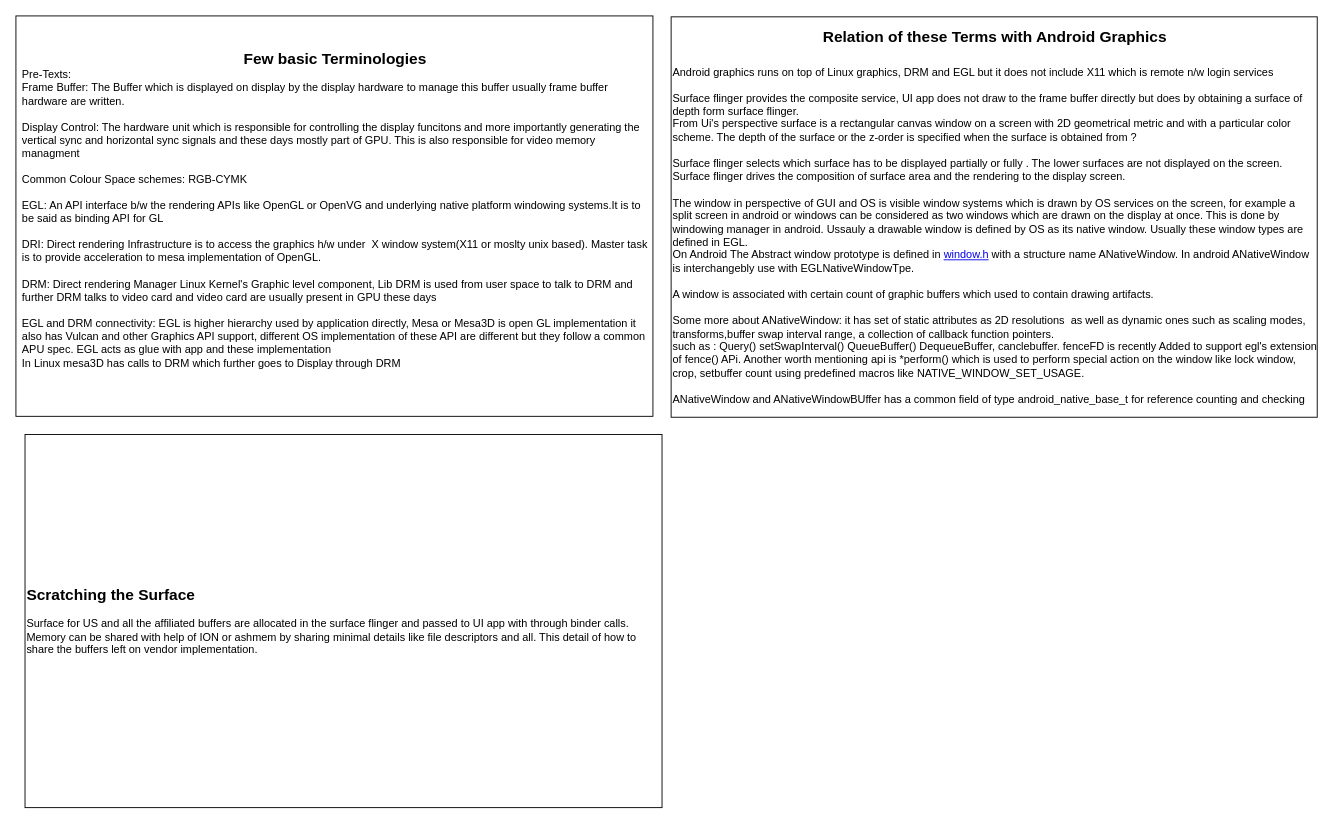
This is Untitled Diagram.drawio from wire-mistry/AOSP_Gaphics, a draw.io file, before an edit. Source tidied: cells renumbered, new cells numbered last; positions are measured from the earlier drawing's top-left corner, leaving out a move shared by most shapes. Both pictures are drawn from the tidied source at 91%, with x=0, y=0 at pixel (15, 15).
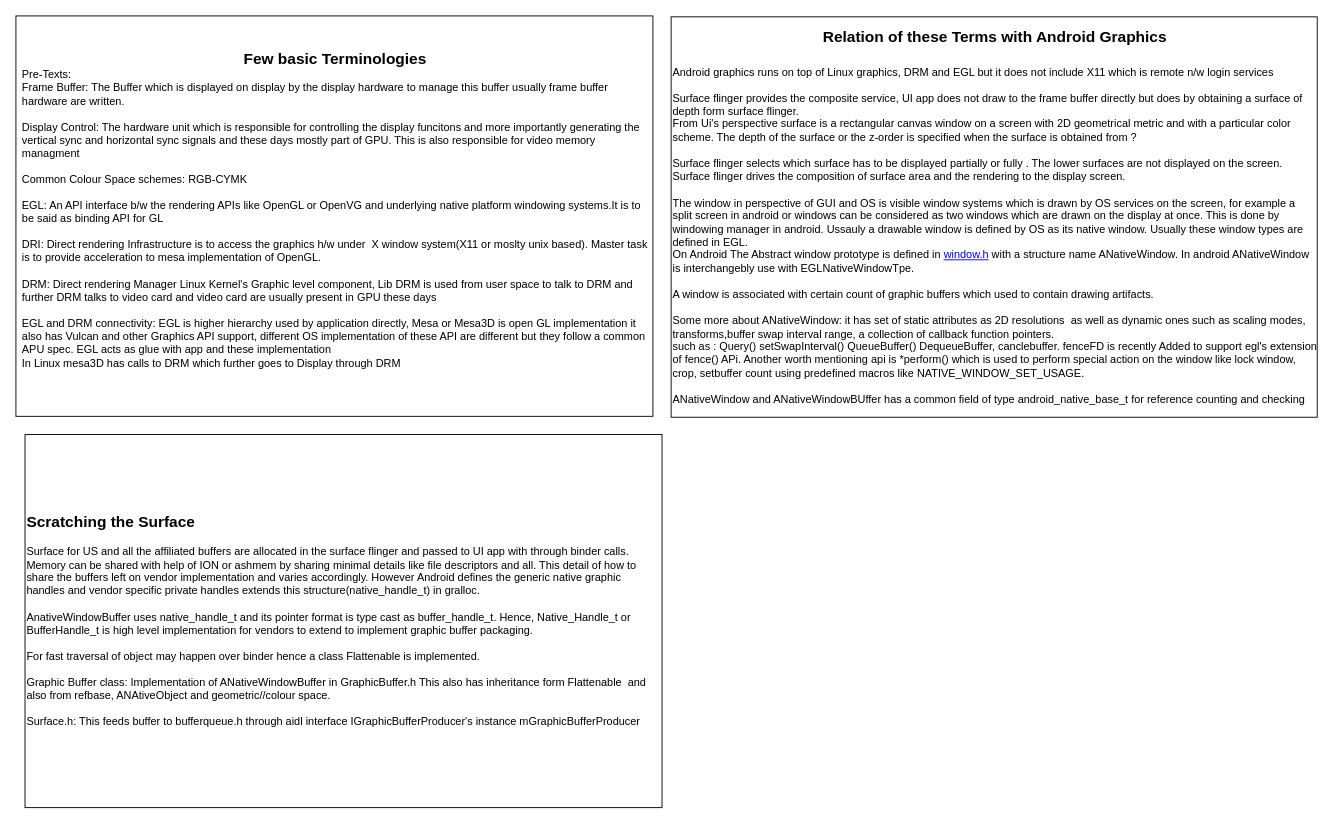
The same diagram, later.

Change to the diagram source:
```diff
@@
 <mxGraphModel>
   <root>
     <mxCell id="0" />
     <mxCell id="1" parent="0" />
     <mxCell id="2" value="&lt;div style=&quot;text-align: center&quot;&gt;&lt;font style=&quot;font-size: 17px&quot;&gt;&lt;b&gt;Few basic Terminologies&lt;/b&gt;&lt;/font&gt;&lt;/div&gt;Pre-Texts:&amp;nbsp;&lt;br&gt;Frame Buffer: The Buffer which is displayed on display by the display hardware to manage this buffer usually frame buffer hardware are written.&lt;br&gt;&lt;br&gt;Display Control: The hardware unit which is responsible for controlling the display funcitons and more importantly generating the vertical sync and horizontal sync signals and these days mostly part of GPU. This is also responsible for video memory managment&lt;br&gt;&lt;br&gt;Common Colour Space schemes: RGB-CYMK&lt;br&gt;&lt;br&gt;EGL: An API interface b/w the rendering APIs like OpenGL or OpenVG and underlying native platform windowing systems.It is to be said as binding API for GL&lt;br&gt;&lt;br&gt;DRI: Direct rendering Infrastructure&amp;nbsp;is to access the graphics h/w under&amp;nbsp; X window system(X11 or moslty unix based). Master task is to provide acceleration to mesa implementation of OpenGL.&lt;br&gt;&lt;br&gt;DRM: Direct rendering Manager Linux Kernel's Graphic level component, Lib DRM is used from user space to talk to DRM and further DRM talks to video card and video card are usually present in GPU these days&lt;br&gt;&lt;br&gt;EGL and DRM connectivity: EGL is higher hierarchy used by application directly, Mesa or Mesa3D is open GL implementation it also has Vulcan and other Graphics API support, different OS implementation of these API are different but they follow a common APU spec. EGL acts as glue with app and these implementation&lt;br&gt;In Linux mesa3D has calls to DRM which further goes to Display through DRM&lt;br&gt;&lt;br&gt;" style="text;html=1;strokeColor=#000000;fillColor=none;align=left;verticalAlign=middle;whiteSpace=wrap;rounded=0;strokeWidth=1;spacingLeft=5;spacingBottom=0;spacingRight=5;" parent="1" vertex="1">
       <mxGeometry width="700" height="440" as="geometry" />
     </mxCell>
-    <mxCell id="3" value="&lt;div&gt;&lt;span style=&quot;font-size: 17px&quot;&gt;&lt;b&gt;Scratching the Surface&lt;/b&gt;&lt;/span&gt;&lt;/div&gt;&lt;div&gt;&lt;br&gt;&lt;/div&gt;&lt;div&gt;Surface for US and all the affiliated buffers are allocated in the surface flinger and passed to UI app with through binder calls. Memory can be shared with help of ION or ashmem by sharing minimal details like file descriptors and all. This detail of how to share the buffers left on vendor implementation.&lt;/div&gt;" style="text;html=1;strokeColor=#000000;fillColor=none;align=left;verticalAlign=middle;whiteSpace=wrap;rounded=0;" parent="1" vertex="1">
+    <mxCell id="3" value="&lt;div&gt;&lt;span style=&quot;font-size: 17px&quot;&gt;&lt;b&gt;Scratching the Surface&lt;/b&gt;&lt;/span&gt;&lt;/div&gt;&lt;div&gt;&lt;br&gt;&lt;/div&gt;&lt;div&gt;Surface for US and all the affiliated buffers are allocated in the surface flinger and passed to UI app with through binder calls. Memory can be shared with help of ION or ashmem by sharing minimal details like file descriptors and all. This detail of how to share the buffers left on vendor implementation and varies accordingly. However Android defines the generic native graphic handles and vendor specific private handles extends this structure(native_handle_t) in gralloc.&lt;/div&gt;&lt;div&gt;&lt;br&gt;&lt;/div&gt;&lt;div&gt;AnativeWindowBuffer uses native_handle_t and its pointer format is type cast as buffer_handle_t. Hence, Native_Handle_t or BufferHandle_t is high level implementation for vendors to extend to implement graphic buffer packaging.&lt;/div&gt;&lt;div&gt;&lt;br&gt;&lt;/div&gt;&lt;div&gt;For fast traversal of object may happen over binder hence a class Flattenable is implemented.&lt;/div&gt;&lt;div&gt;&lt;br&gt;&lt;/div&gt;&lt;div&gt;Graphic Buffer class: Implementation of ANativeWindowBuffer in GraphicBuffer.h This also has inheritance form Flattenable&amp;nbsp; and also from refbase, ANAtiveObject and geometric//colour space.&lt;/div&gt;&lt;div&gt;&lt;br&gt;&lt;/div&gt;&lt;div&gt;Surface.h: This feeds buffer to bufferqueue.h through aidl interface IGraphicBufferProducer's instance mGraphicBufferProducer&lt;/div&gt;" style="text;html=1;strokeColor=#000000;fillColor=none;align=left;verticalAlign=middle;whiteSpace=wrap;rounded=0;" parent="1" vertex="1">
       <mxGeometry x="10" y="460" width="700" height="410" as="geometry" />
     </mxCell>
     <mxCell id="4" value="&lt;div style=&quot;text-align: center&quot;&gt;&lt;b style=&quot;font-size: 17px&quot;&gt;Relation of these Terms with Android Graphics&lt;/b&gt;&lt;/div&gt;&lt;div&gt;&lt;b style=&quot;font-size: 17px&quot;&gt;&lt;br&gt;&lt;/b&gt;&lt;/div&gt;&lt;div&gt;&lt;font style=&quot;font-size: 12px&quot;&gt;Android graphics runs on top of Linux&amp;nbsp;graphics, DRM and EGL but it does not include X11 which is remote n/w login services&lt;/font&gt;&lt;/div&gt;&lt;div&gt;&lt;font style=&quot;font-size: 12px&quot;&gt;&lt;br&gt;&lt;/font&gt;&lt;/div&gt;&lt;div&gt;&lt;font style=&quot;font-size: 12px&quot;&gt;Surface flinger provides the composite service, UI app does not draw to the frame buffer directly but does by obtaining a surface of depth form surface flinger.&lt;/font&gt;&lt;/div&gt;&lt;div&gt;&lt;font style=&quot;font-size: 12px&quot;&gt;From Ui's perspective surface is a rectangular canvas window on a screen with 2D geometrical metric and with a particular color scheme. The depth of the surface or the z-order is specified when the surface is obtained from ?&lt;/font&gt;&lt;/div&gt;&lt;div&gt;&lt;font style=&quot;font-size: 12px&quot;&gt;&lt;br&gt;&lt;/font&gt;&lt;/div&gt;&lt;div&gt;&lt;font style=&quot;font-size: 12px&quot;&gt;Surface flinger selects which surface has to be displayed partially or fully . The lower surfaces are not displayed on the screen. Surface flinger drives the composition of surface area and the rendering to the display screen.&lt;/font&gt;&lt;/div&gt;&lt;div&gt;&lt;font style=&quot;font-size: 12px&quot;&gt;&lt;br&gt;&lt;/font&gt;&lt;/div&gt;&lt;div&gt;&lt;font style=&quot;font-size: 12px&quot;&gt;The window in perspective of GUI and OS is visible window systems which is drawn by OS services on the screen, for example a split screen in android or windows can be considered as two windows which are drawn on the display at once. This is done by windowing manager in android. Ussauly a drawable window is defined by OS as its native window. Usually these window types are defined in EGL.&lt;/font&gt;&lt;/div&gt;&lt;div&gt;&lt;font style=&quot;font-size: 12px&quot;&gt;On Android The Abstract window prototype is defined in &lt;a href=&quot;https://android.googlesource.com/platform/system/core/+/7cd3e0a3a2f9b104cd6c04f699ae62c4577787e2/include/system/window.h&quot;&gt;window.h&lt;/a&gt;&amp;nbsp;with a structure name ANativeWindow. In android ANativeWindow is interchangebly use with EGLNativeWindowTpe.&lt;/font&gt;&lt;/div&gt;&lt;div&gt;&lt;font style=&quot;font-size: 12px&quot;&gt;&lt;br&gt;&lt;/font&gt;&lt;/div&gt;&lt;div&gt;&lt;font style=&quot;font-size: 12px&quot;&gt;A window is associated with certain count of graphic buffers which used to contain drawing artifacts.&lt;/font&gt;&lt;/div&gt;&lt;div&gt;&lt;font style=&quot;font-size: 12px&quot;&gt;&lt;br&gt;&lt;/font&gt;&lt;/div&gt;&lt;div&gt;&lt;font style=&quot;font-size: 12px&quot;&gt;Some more about ANativeWindow: it has set of static attributes as 2D resolutions&amp;nbsp; as well as dynamic ones such as scaling modes, transforms,buffer swap interval range, a collection of callback function pointers.&lt;/font&gt;&lt;/div&gt;&lt;div&gt;&lt;font style=&quot;font-size: 12px&quot;&gt;such as : Query() setSwapInterval() QueueBuffer() DequeueBuffer, canclebuffer. fenceFD is recently Added to support egl's extension of fence() APi. Another worth mentioning api is *perform() which is used to perform special action on the window like lock window, crop, setbuffer count using predefined macros like NATIVE_WINDOW_SET_USAGE.&lt;/font&gt;&lt;/div&gt;&lt;div&gt;&lt;font style=&quot;font-size: 12px&quot;&gt;&lt;br&gt;&lt;/font&gt;&lt;/div&gt;&lt;div&gt;&lt;font style=&quot;font-size: 12px&quot;&gt;ANativeWindow and ANativeWindowBUffer has a common field of type android_native_base_t for reference counting and checking&lt;/font&gt;&lt;/div&gt;" style="text;html=1;strokeColor=#000000;fillColor=none;align=left;verticalAlign=middle;whiteSpace=wrap;rounded=0;" parent="1" vertex="1">
       <mxGeometry x="720" y="1" width="710" height="440" as="geometry" />
     </mxCell>
   </root>
 </mxGraphModel>
```
